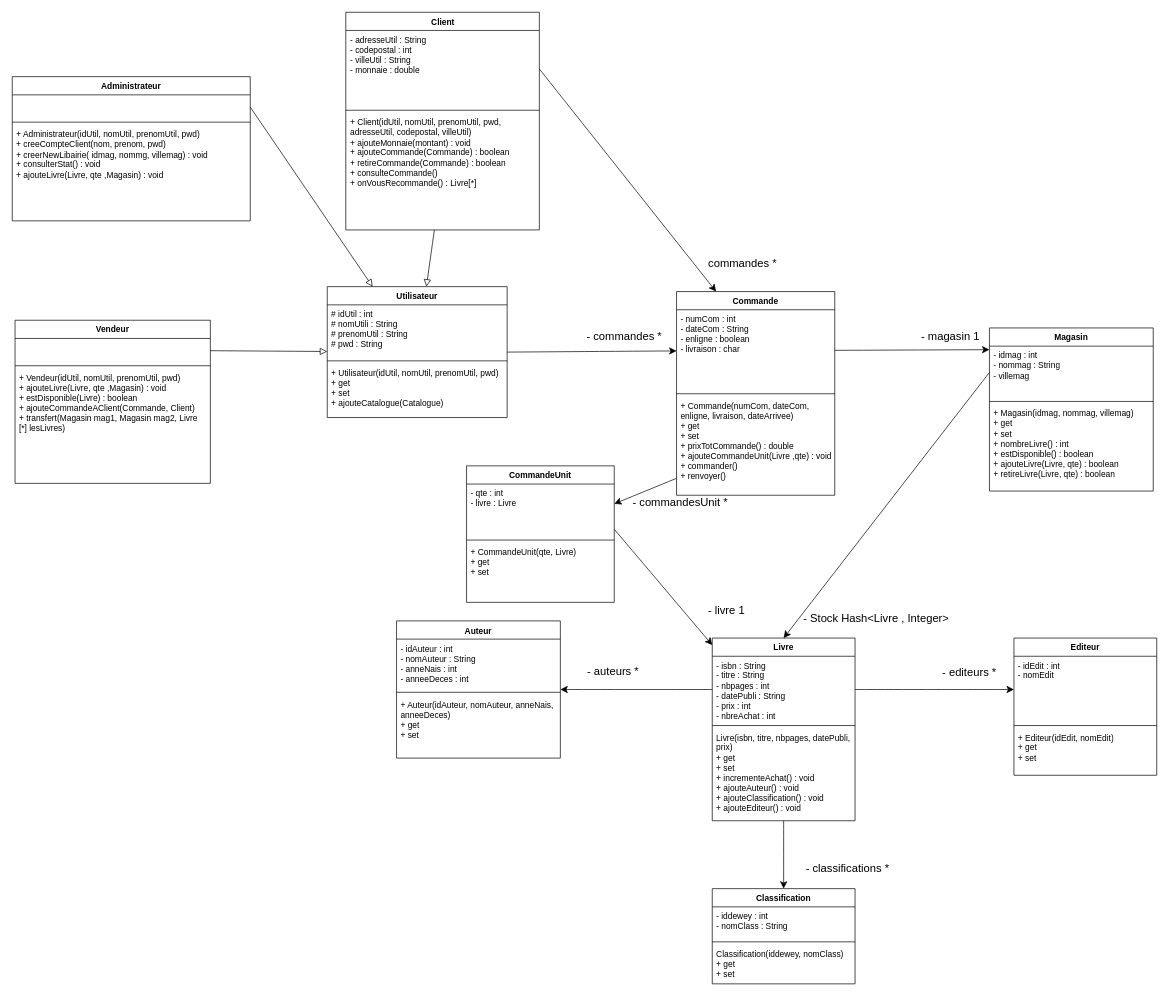
The draw.io diagram UML.drawio in BastienMonet/SAEjava2.03, before the edit. Source tidied: cells renumbered, new cells numbered last; positions are measured from the earlier drawing's top-left corner, leaving out a move shared by most shapes. Both pictures are drawn from the tidied source at 70%, with x=0, y=0 at pixel (12, 12).
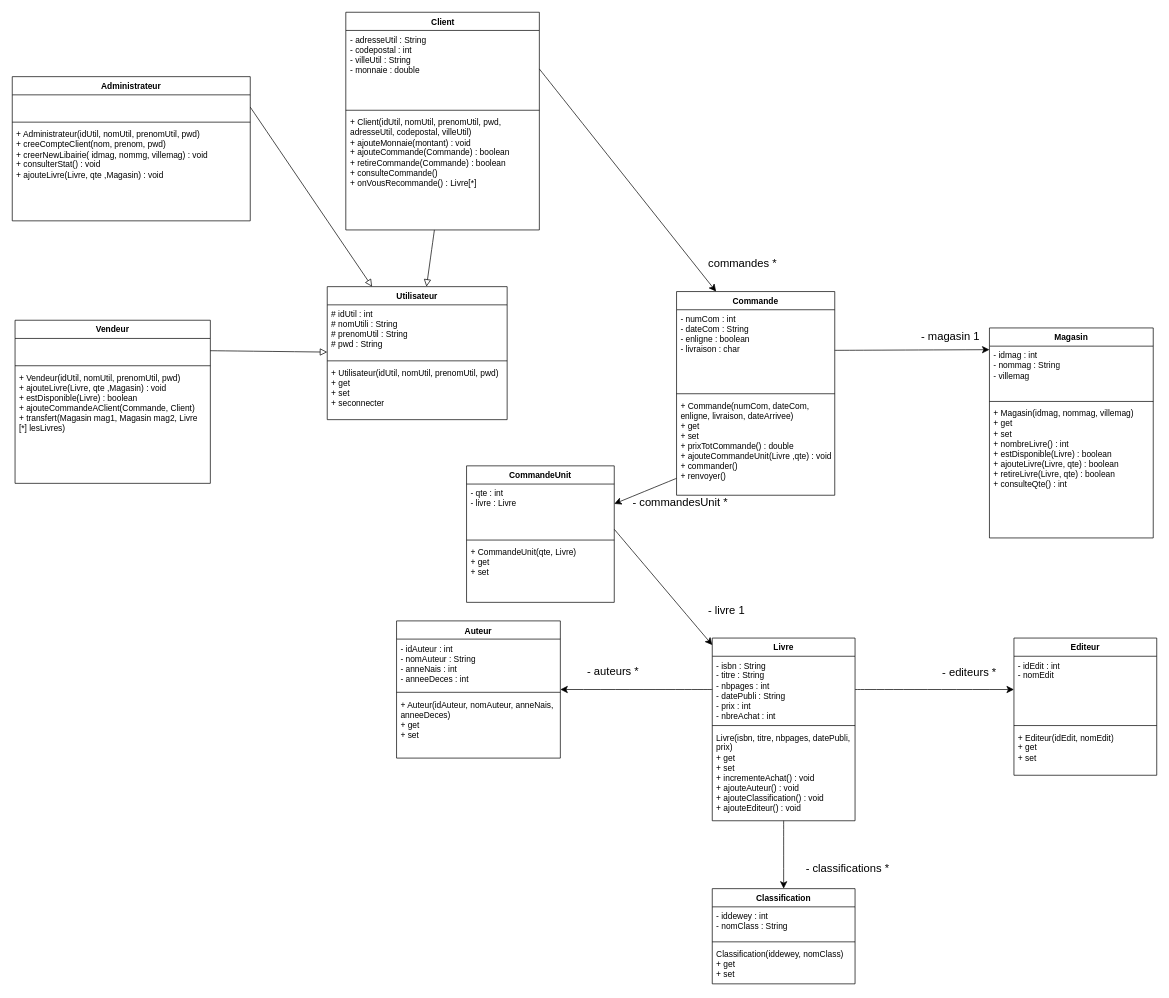
The same page after the edit.

The change refers to these unchanged cells:
```xml
<mxCell id="8" value="Livre" style="swimlane;fontStyle=1;align=center;verticalAlign=top;horizontal=1;startSize=26;whiteSpace=wrap;html=1;" parent="1" vertex="1">
  <mxGeometry x="1000" y="894" width="204" height="261" as="geometry" />
</mxCell>
<mxCell id="14" value="&lt;div&gt;- numCom : int&lt;/div&gt;&lt;div&gt;- dateCom : String&lt;/div&gt;&lt;div&gt;- enligne : boolean&lt;/div&gt;&lt;div&gt;- livraison : char&lt;/div&gt;&lt;div&gt;&lt;br&gt;&lt;/div&gt;" style="text;strokeColor=none;fillColor=none;align=left;verticalAlign=top;spacingLeft=4;spacingRight=4;overflow=hidden;points=[[0,0.5],[1,0.5]];portConstraint=eastwest;whiteSpace=wrap;html=1;" parent="13" vertex="1">
  <mxGeometry y="26" width="226" height="116" as="geometry" />
</mxCell>
<mxCell id="35" value="&lt;div&gt;- idmag : int&lt;/div&gt;&lt;div&gt;- nommag : String&lt;/div&gt;&lt;div&gt;- villemag&lt;/div&gt;" style="text;strokeColor=none;fillColor=none;align=left;verticalAlign=top;spacingLeft=4;spacingRight=4;overflow=hidden;points=[[0,0.5],[1,0.5]];portConstraint=eastwest;whiteSpace=wrap;html=1;" parent="34" vertex="1">
  <mxGeometry y="26" width="234" height="75" as="geometry" />
</mxCell>
```

Change to the diagram source:
```diff
@@
-    <mxCell id="2" style="edgeStyle=none;curved=1;rounded=0;jettySize=auto;html=1;exitX=1;exitY=0.5;exitDx=0;exitDy=0;fontSize=12;startSize=8;endSize=8;" parent="1" edge="1" source="3" target="14">
-      <mxGeometry relative="1" as="geometry" />
-    </mxCell>
     <mxCell id="3" value="Utilisateur" style="swimlane;fontStyle=1;align=center;verticalAlign=top;horizontal=1;startSize=26;whiteSpace=wrap;html=1;" parent="1" vertex="1">
-      <mxGeometry x="450" y="392" width="257" height="187" as="geometry" />
+      <mxGeometry x="450" y="392" width="257" height="190" as="geometry" />
     </mxCell>
@@
-    <mxCell id="6" value="&lt;div&gt;+ Utilisateur(idUtil, nomUtil, prenomUtil, pwd)&lt;/div&gt;&lt;div&gt;+ get&lt;/div&gt;&lt;div&gt;+ set&lt;/div&gt;&lt;div&gt;+ ajouteCatalogue(Catalogue)&lt;/div&gt;" style="text;strokeColor=none;fillColor=none;align=left;verticalAlign=top;spacingLeft=4;spacingRight=4;overflow=hidden;whiteSpace=wrap;html=1;" parent="3" vertex="1">
-      <mxGeometry y="110" width="257" height="77" as="geometry" />
+    <mxCell id="6" value="&lt;div&gt;+ Utilisateur(idUtil, nomUtil, prenomUtil, pwd)&lt;/div&gt;&lt;div&gt;+ get&lt;/div&gt;&lt;div&gt;+ set&lt;/div&gt;&lt;div&gt;+ seconnecter&lt;/div&gt;" style="text;strokeColor=none;fillColor=none;align=left;verticalAlign=top;spacingLeft=4;spacingRight=4;overflow=hidden;whiteSpace=wrap;html=1;" parent="3" vertex="1">
+      <mxGeometry y="110" width="257" height="80" as="geometry" />
     </mxCell>
@@
-    <mxCell id="17" value="- commandes *" style="text;html=1;align=center;verticalAlign=middle;strokeColor=none;fillColor=none;fontSize=16;" parent="1" vertex="1">
-      <mxGeometry x="811" y="447" width="126" height="31" as="geometry" />
-    </mxCell>
@@
     <mxCell id="34" value="Magasin" style="swimlane;fontStyle=1;align=center;verticalAlign=top;horizontal=1;startSize=26;whiteSpace=wrap;html=1;" parent="1" vertex="1">
-      <mxGeometry x="1396" y="451" width="234" height="233" as="geometry" />
+      <mxGeometry x="1396" y="451" width="234" height="300" as="geometry" />
     </mxCell>
@@
-    <mxCell id="37" value="&lt;div&gt;&lt;div&gt;+ Magasin(idmag, nommag, villemag)&lt;/div&gt;&lt;div&gt;+ get&lt;/div&gt;&lt;div&gt;+ set&lt;/div&gt;&lt;/div&gt;&lt;div&gt;+ nombreLivre() : int&lt;/div&gt;&lt;div&gt;+ estDisponible() : boolean&lt;/div&gt;&lt;div&gt;+ ajouteLivre(Livre, qte) : boolean&lt;/div&gt;&lt;div&gt;+ retireLivre(Livre, qte) : boolean&lt;/div&gt;" style="text;strokeColor=none;fillColor=none;align=left;verticalAlign=top;spacingLeft=4;spacingRight=4;overflow=hidden;whiteSpace=wrap;html=1;" parent="34" vertex="1">
-      <mxGeometry y="109" width="234" height="124" as="geometry" />
+    <mxCell id="37" value="&lt;div&gt;&lt;div&gt;+ Magasin(idmag, nommag, villemag)&lt;/div&gt;&lt;div&gt;+ get&lt;/div&gt;&lt;div&gt;+ set&lt;/div&gt;&lt;/div&gt;&lt;div&gt;+ nombreLivre() : int&lt;/div&gt;&lt;div&gt;+ estDisponible(Livre) : boolean&lt;/div&gt;&lt;div&gt;+ ajouteLivre(Livre, qte) : boolean&lt;/div&gt;&lt;div&gt;+ retireLivre(Livre, qte) : boolean&lt;/div&gt;&lt;div&gt;+ consulteQte() : int&lt;/div&gt;" style="text;strokeColor=none;fillColor=none;align=left;verticalAlign=top;spacingLeft=4;spacingRight=4;overflow=hidden;whiteSpace=wrap;html=1;" parent="34" vertex="1">
+      <mxGeometry y="109" width="234" height="191" as="geometry" />
     </mxCell>
@@
-    <mxCell id="48" style="edgeStyle=none;curved=1;rounded=0;jettySize=auto;html=1;exitX=0;exitY=0.5;exitDx=0;exitDy=0;entryX=0.5;entryY=0;entryDx=0;entryDy=0;fontSize=12;startSize=8;endSize=8;" parent="1" edge="1" source="35" target="8">
-      <mxGeometry relative="1" as="geometry" />
-    </mxCell>
-    <mxCell id="49" value="- Stock Hash&amp;lt;Livre , Integer&amp;gt;" style="text;html=1;align=center;verticalAlign=middle;strokeColor=none;fillColor=none;fontSize=16;" parent="1" vertex="1">
-      <mxGeometry x="1121" y="850" width="226" height="31" as="geometry" />
-    </mxCell>
```
